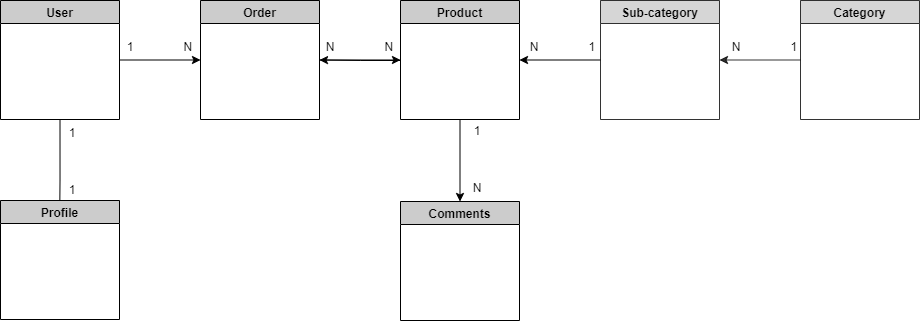
Above: docs/DB_draph.drawio.png in dm-nekipielov/bizon (draw.io), before the change. Source tidied: cells renumbered, new cells last; positions are measured from the earlier drawing's top-left corner, leaving out a move shared by most shapes. The source it was exported from:
```xml
<mxGraphModel>
  <root>
    <mxCell id="0" />
    <mxCell id="1" parent="0" />
    <mxCell id="2" style="edgeStyle=orthogonalEdgeStyle;rounded=0;jettySize=auto;html=1;exitX=0.5;exitY=1;exitDx=0;exitDy=0;swimlaneLine=1;strokeColor=default;strokeWidth=1;" parent="1" edge="1" source="4">
      <mxGeometry relative="1" as="geometry">
        <mxPoint x="59" y="240" as="targetPoint" />
      </mxGeometry>
    </mxCell>
    <mxCell id="3" style="edgeStyle=orthogonalEdgeStyle;rounded=0;jettySize=auto;html=1;entryX=0;entryY=0.5;entryDx=0;entryDy=0;strokeColor=default;strokeWidth=1;" parent="1" edge="1" source="4" target="15">
      <mxGeometry relative="1" as="geometry" />
    </mxCell>
    <mxCell id="4" value="User" style="swimlane;swimlaneLine=1;strokeColor=default;strokeWidth=1;gradientColor=none;swimlaneFillColor=#FFFFFF;glass=0;sketch=0;fillColor=#CCCCCC;" parent="1" vertex="1">
      <mxGeometry width="119" height="119" as="geometry" />
    </mxCell>
    <mxCell id="5" value="Profile" style="swimlane;swimlaneLine=1;strokeColor=default;strokeWidth=1;swimlaneFillColor=#FFFFFF;fillColor=#CCCCCC;" parent="1" vertex="1">
      <mxGeometry y="200" width="119" height="119" as="geometry" />
    </mxCell>
    <mxCell id="6" value="1&lt;br&gt;&lt;br&gt;&lt;br&gt;&lt;br&gt;1" style="text;html=1;align=center;verticalAlign=middle;whiteSpace=wrap;rounded=0;swimlaneLine=1;strokeColor=none;strokeWidth=1;" parent="1" vertex="1">
      <mxGeometry x="60" y="121" width="24" height="80" as="geometry" />
    </mxCell>
    <mxCell id="7" style="edgeStyle=orthogonalEdgeStyle;rounded=0;jettySize=auto;html=1;entryX=1;entryY=0.5;entryDx=0;entryDy=0;opacity=80;" parent="1" edge="1" source="8" target="10">
      <mxGeometry relative="1" as="geometry" />
    </mxCell>
    <mxCell id="8" value="Category" style="swimlane;opacity=80;strokeWidth=1;swimlaneFillColor=#FFFFFF;fillColor=#CCCCCC;" parent="1" vertex="1">
      <mxGeometry x="800" width="119" height="119" as="geometry" />
    </mxCell>
    <mxCell id="9" style="edgeStyle=orthogonalEdgeStyle;rounded=0;jettySize=auto;html=1;entryX=1;entryY=0.5;entryDx=0;entryDy=0;" parent="1" edge="1" source="10" target="19">
      <mxGeometry relative="1" as="geometry" />
    </mxCell>
    <mxCell id="10" value="Sub-category" style="swimlane;startSize=23;opacity=80;strokeWidth=1;swimlaneFillColor=#FFFFFF;fillColor=#CCCCCC;" parent="1" vertex="1">
      <mxGeometry x="600" width="119" height="119" as="geometry" />
    </mxCell>
    <mxCell id="11" style="edgeStyle=orthogonalEdgeStyle;rounded=0;jettySize=auto;html=1;entryX=1;entryY=0.5;entryDx=0;entryDy=0;" parent="1" edge="1" target="15">
      <mxGeometry relative="1" as="geometry">
        <mxPoint x="401" y="60" as="sourcePoint" />
      </mxGeometry>
    </mxCell>
    <mxCell id="12" value="N&amp;nbsp; &amp;nbsp; &amp;nbsp; &amp;nbsp; &amp;nbsp; &amp;nbsp; &amp;nbsp; &amp;nbsp;1" style="text;html=1;align=center;verticalAlign=middle;strokeColor=none;fillColor=none;" parent="1" vertex="1">
      <mxGeometry x="719" y="32" width="90" height="30" as="geometry" />
    </mxCell>
    <mxCell id="13" value="N&amp;nbsp; &amp;nbsp; &amp;nbsp; &amp;nbsp; &amp;nbsp; &amp;nbsp; &amp;nbsp; &amp;nbsp;1" style="text;html=1;align=center;verticalAlign=middle;strokeColor=none;fillColor=none;" parent="1" vertex="1">
      <mxGeometry x="517" y="32" width="90" height="30" as="geometry" />
    </mxCell>
    <mxCell id="14" style="edgeStyle=orthogonalEdgeStyle;rounded=0;jettySize=auto;html=1;strokeColor=default;strokeWidth=1;" parent="1" edge="1" source="15">
      <mxGeometry relative="1" as="geometry">
        <mxPoint x="400" y="59.5" as="targetPoint" />
      </mxGeometry>
    </mxCell>
    <mxCell id="15" value="Order" style="swimlane;strokeWidth=1;swimlaneFillColor=#FFFFFF;fillColor=#CCCCCC;" parent="1" vertex="1">
      <mxGeometry x="200" width="119" height="119" as="geometry" />
    </mxCell>
    <mxCell id="16" value="N&amp;nbsp; &amp;nbsp; &amp;nbsp; &amp;nbsp; &amp;nbsp; &amp;nbsp; &amp;nbsp; &amp;nbsp;N" style="text;html=1;align=center;verticalAlign=middle;strokeColor=none;fillColor=none;" parent="1" vertex="1">
      <mxGeometry x="314" y="32" width="90" height="30" as="geometry" />
    </mxCell>
    <mxCell id="17" value="Comments" style="swimlane;strokeWidth=1;swimlaneFillColor=#FFFFFF;fillColor=#CCCCCC;" parent="1" vertex="1">
      <mxGeometry x="400" y="201" width="119" height="119" as="geometry" />
    </mxCell>
    <mxCell id="18" style="edgeStyle=orthogonalEdgeStyle;rounded=0;jettySize=auto;html=1;entryX=0.5;entryY=0;entryDx=0;entryDy=0;strokeColor=default;strokeWidth=1;" parent="1" edge="1" source="19" target="17">
      <mxGeometry relative="1" as="geometry" />
    </mxCell>
    <mxCell id="19" value="Product" style="swimlane;strokeWidth=1;swimlaneFillColor=#FFFFFF;fillColor=#CCCCCC;" parent="1" vertex="1">
      <mxGeometry x="400" width="119" height="119" as="geometry" />
    </mxCell>
    <mxCell id="20" value="1&amp;nbsp; &amp;nbsp; &amp;nbsp; &amp;nbsp; &amp;nbsp; &amp;nbsp; &amp;nbsp; &amp;nbsp;N" style="text;html=1;align=center;verticalAlign=middle;strokeColor=none;fillColor=none;" parent="1" vertex="1">
      <mxGeometry x="114" y="32" width="90" height="30" as="geometry" />
    </mxCell>
    <mxCell id="21" value="1&lt;br&gt;&lt;br&gt;&lt;br&gt;&lt;br&gt;N" style="text;html=1;align=center;verticalAlign=middle;whiteSpace=wrap;rounded=0;swimlaneLine=1;strokeColor=none;strokeWidth=1;" parent="1" vertex="1">
      <mxGeometry x="465" y="119" width="24" height="80" as="geometry" />
    </mxCell>
  </root>
</mxGraphModel>
```
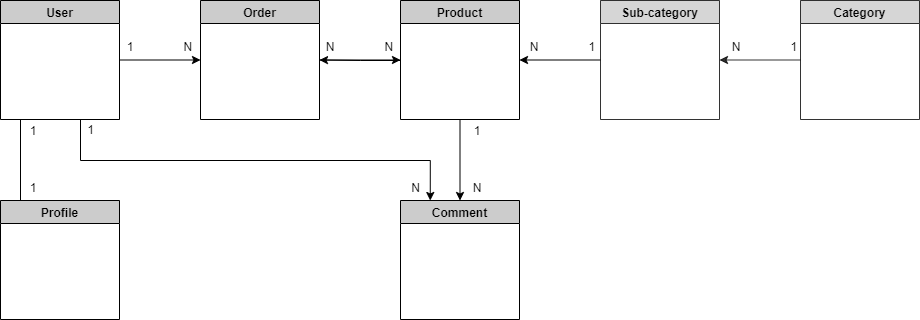
Later version of the same file.

The edit, as a diff of the source:
```diff
@@ -5,11 +5,24 @@
     <mxCell id="2" style="edgeStyle=orthogonalEdgeStyle;rounded=0;jettySize=auto;html=1;exitX=0.5;exitY=1;exitDx=0;exitDy=0;swimlaneLine=1;strokeColor=default;strokeWidth=1;" parent="1" edge="1" source="4">
       <mxGeometry relative="1" as="geometry">
         <mxPoint x="59" y="240" as="targetPoint" />
+        <Array as="points">
+          <mxPoint x="20" y="119" />
+          <mxPoint x="20" y="240" />
+        </Array>
       </mxGeometry>
     </mxCell>
     <mxCell id="3" style="edgeStyle=orthogonalEdgeStyle;rounded=0;jettySize=auto;html=1;entryX=0;entryY=0.5;entryDx=0;entryDy=0;strokeColor=default;strokeWidth=1;" parent="1" edge="1" source="4" target="15">
       <mxGeometry relative="1" as="geometry" />
     </mxCell>
+    <mxCell id="22" style="edgeStyle=orthogonalEdgeStyle;rounded=0;jettySize=auto;html=1;exitX=1;exitY=1;exitDx=0;exitDy=0;entryX=0.25;entryY=0;entryDx=0;entryDy=0;" parent="1" edge="1" source="4" target="17">
+      <mxGeometry relative="1" as="geometry">
+        <Array as="points">
+          <mxPoint x="80" y="119" />
+          <mxPoint x="80" y="160" />
+          <mxPoint x="430" y="160" />
+        </Array>
+      </mxGeometry>
+    </mxCell>
     <mxCell id="4" value="User" style="swimlane;swimlaneLine=1;strokeColor=default;strokeWidth=1;gradientColor=none;swimlaneFillColor=#FFFFFF;glass=0;sketch=0;fillColor=#CCCCCC;" parent="1" vertex="1">
       <mxGeometry width="119" height="119" as="geometry" />
     </mxCell>
@@ -17,7 +30,7 @@
       <mxGeometry y="200" width="119" height="119" as="geometry" />
     </mxCell>
     <mxCell id="6" value="1&lt;br&gt;&lt;br&gt;&lt;br&gt;&lt;br&gt;1" style="text;html=1;align=center;verticalAlign=middle;whiteSpace=wrap;rounded=0;swimlaneLine=1;strokeColor=none;strokeWidth=1;" parent="1" vertex="1">
-      <mxGeometry x="60" y="121" width="24" height="80" as="geometry" />
+      <mxGeometry x="21" y="119" width="24" height="80" as="geometry" />
     </mxCell>
     <mxCell id="7" style="edgeStyle=orthogonalEdgeStyle;rounded=0;jettySize=auto;html=1;entryX=1;entryY=0.5;entryDx=0;entryDy=0;opacity=80;" parent="1" edge="1" source="8" target="10">
       <mxGeometry relative="1" as="geometry" />
@@ -53,8 +66,8 @@
     <mxCell id="16" value="N&amp;nbsp; &amp;nbsp; &amp;nbsp; &amp;nbsp; &amp;nbsp; &amp;nbsp; &amp;nbsp; &amp;nbsp;N" style="text;html=1;align=center;verticalAlign=middle;strokeColor=none;fillColor=none;" parent="1" vertex="1">
       <mxGeometry x="314" y="32" width="90" height="30" as="geometry" />
     </mxCell>
-    <mxCell id="17" value="Comments" style="swimlane;strokeWidth=1;swimlaneFillColor=#FFFFFF;fillColor=#CCCCCC;" parent="1" vertex="1">
-      <mxGeometry x="400" y="201" width="119" height="119" as="geometry" />
+    <mxCell id="17" value="Comment" style="swimlane;strokeWidth=1;swimlaneFillColor=#FFFFFF;fillColor=#CCCCCC;" parent="1" vertex="1">
+      <mxGeometry x="400" y="200" width="119" height="119" as="geometry" />
     </mxCell>
     <mxCell id="18" style="edgeStyle=orthogonalEdgeStyle;rounded=0;jettySize=auto;html=1;entryX=0.5;entryY=0;entryDx=0;entryDy=0;strokeColor=default;strokeWidth=1;" parent="1" edge="1" source="19" target="17">
       <mxGeometry relative="1" as="geometry" />
@@ -68,5 +81,11 @@
     <mxCell id="21" value="1&lt;br&gt;&lt;br&gt;&lt;br&gt;&lt;br&gt;N" style="text;html=1;align=center;verticalAlign=middle;whiteSpace=wrap;rounded=0;swimlaneLine=1;strokeColor=none;strokeWidth=1;" parent="1" vertex="1">
       <mxGeometry x="465" y="119" width="24" height="80" as="geometry" />
     </mxCell>
+    <mxCell id="23" value="1" style="text;html=1;align=center;verticalAlign=middle;strokeColor=none;fillColor=none;" parent="1" vertex="1">
+      <mxGeometry x="75" y="115" width="30" height="30" as="geometry" />
+    </mxCell>
+    <mxCell id="24" value="N" style="text;html=1;align=center;verticalAlign=middle;strokeColor=none;fillColor=none;" parent="1" vertex="1">
+      <mxGeometry x="400" y="173" width="30" height="30" as="geometry" />
+    </mxCell>
   </root>
 </mxGraphModel>
```
